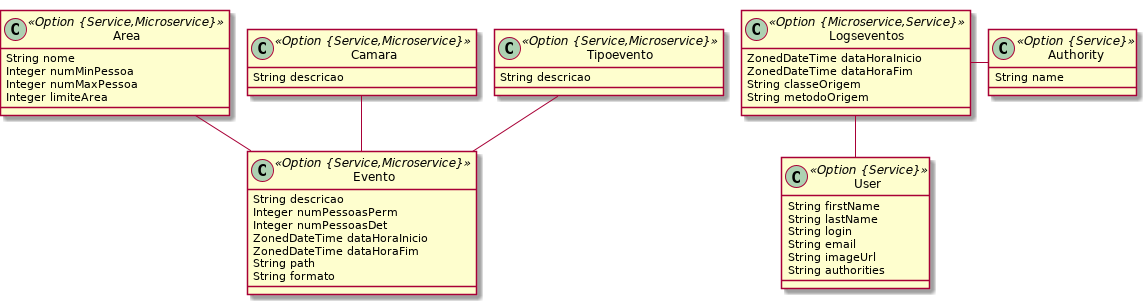
This is base_dados/bd.png from NunoVelosoMIEGSI/prisontech, a PlantUML export, as it was before one commit.
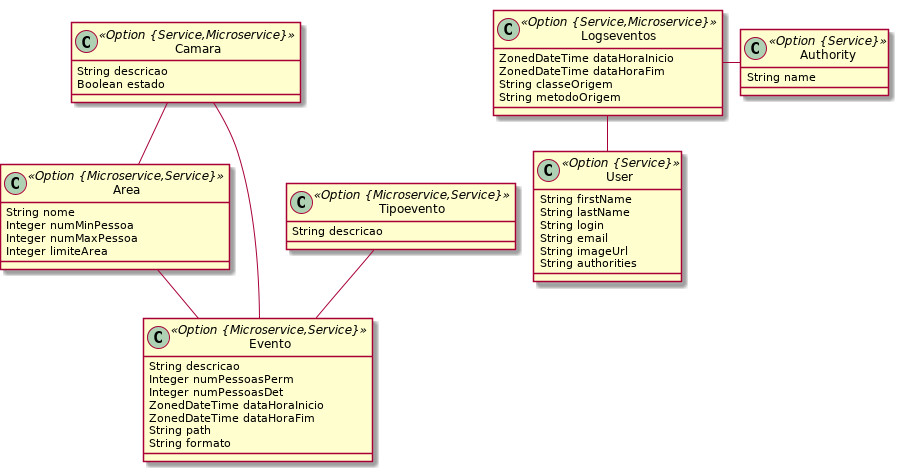
After the commit.

The edit, as a diff of the source:
```diff
@@ -1,7 +1,7 @@
 @startuml
 	!pragma graphviz_dot jdot
 	!pragma syntax class
-	class Area <<Option {Service,Microservice}>> {
+	class Area <<Option {Microservice,Service}>> {
 		String nome
 		Integer numMinPessoa
 		Integer numMaxPessoa
@@ -9,11 +9,12 @@
 	}
 	class Camara <<Option {Service,Microservice}>> {
 		String descricao
+		Boolean estado
 	}
-	class Tipoevento <<Option {Service,Microservice}>> {
+	class Tipoevento <<Option {Microservice,Service}>> {
 		String descricao
 	}
-	class Evento <<Option {Service,Microservice}>> {
+	class Evento <<Option {Microservice,Service}>> {
 		String descricao
 		Integer numPessoasPerm
 		Integer numPessoasDet
@@ -22,12 +23,13 @@
 		String path
 		String formato
 	}
-	class Logseventos <<Option {Microservice,Service}>> {
+	class Logseventos <<Option {Service,Microservice}>> {
 		ZonedDateTime dataHoraInicio
 		ZonedDateTime dataHoraFim
 		String classeOrigem
 		String metodoOrigem
 	}
+	Camara  "0..1 " --o "camara 0..* "  Area
 	Area  "0..1 " --o "area 0..* "  Evento
 	Camara  "0..1 " --o "camara 0..* "  Evento
 	Tipoevento  "0..1 " --o "tipoevento 0..* "  Evento
```
